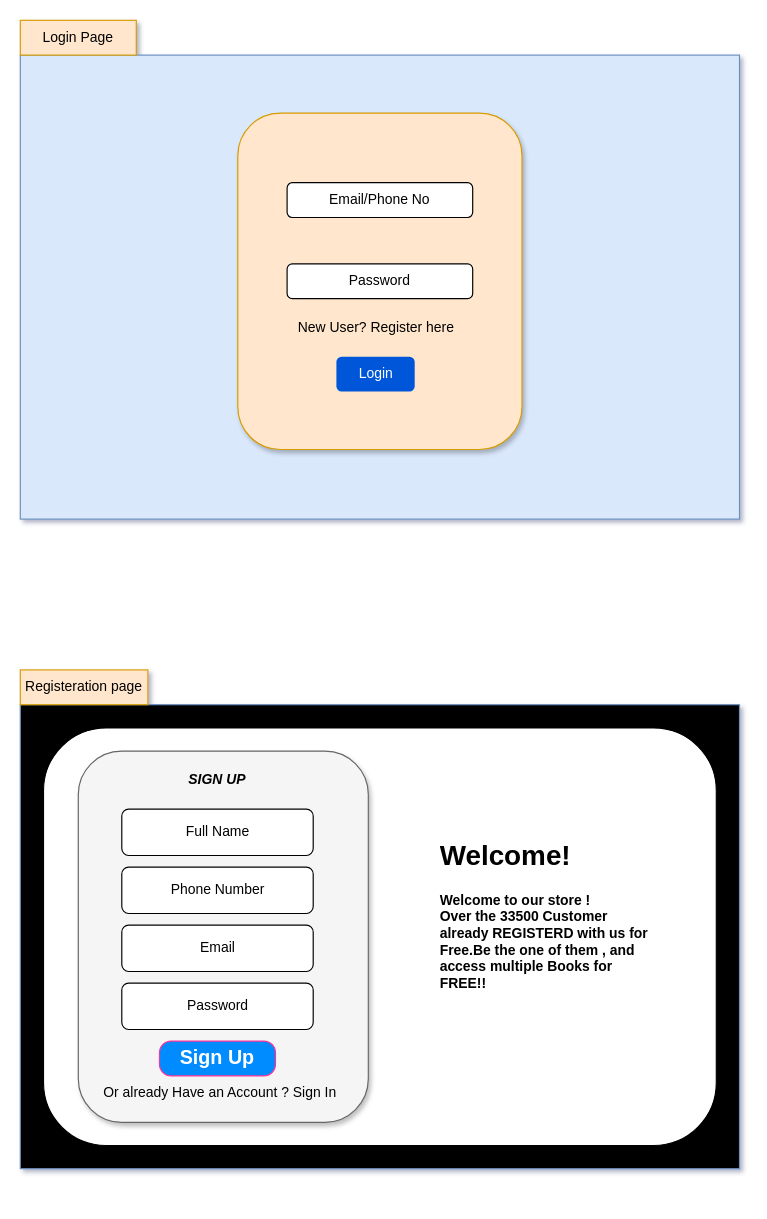
The draw.io diagram page "Page-1" (1 of 2) of WireFrames/Untitled Diagram2.drawio in D1-Deep-83745/0324-PGDAC-Sunbeam-Project, before the edit. Source tidied: cells renumbered, new cells numbered last; positions are measured from the earlier drawing's top-left corner, leaving out a move shared by most shapes. Both pictures are drawn from the tidied source at 116%, with x=0, y=0 at pixel (20, 20).
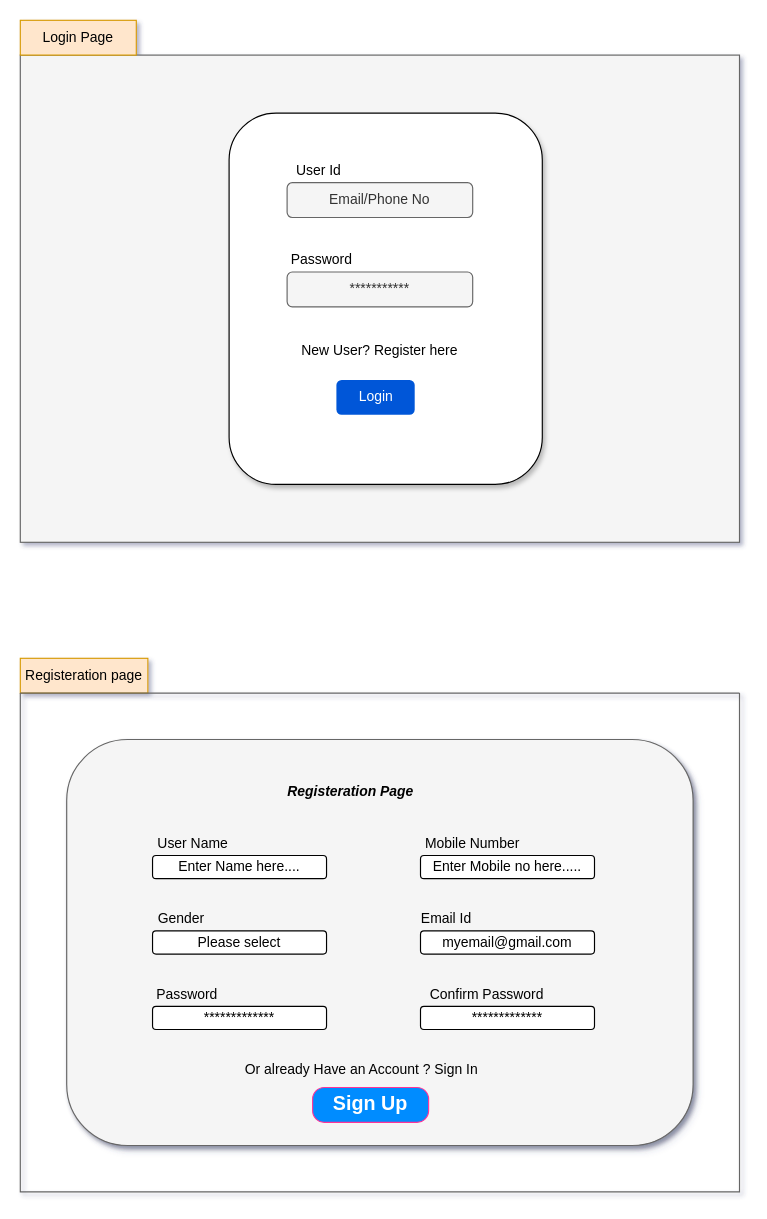
The same page after the edit.

Diff of the diagram source:
```diff
@@
-    <mxCell id="2" style="rounded=0;whiteSpace=wrap;html=1;fillColor=#dae8fc;strokeColor=#6c8ebf;" parent="1" vertex="1">
-      <mxGeometry y="30" width="620" height="400" as="geometry" />
+    <mxCell id="2" style="rounded=0;whiteSpace=wrap;html=1;fillColor=#f5f5f5;strokeColor=#666666;fontColor=#333333;" parent="1" vertex="1">
+      <mxGeometry y="30" width="620" height="420" as="geometry" />
     </mxCell>
-    <mxCell id="3" style="rounded=1;whiteSpace=wrap;html=1;fillColor=#ffe6cc;strokeColor=#d79b00;glass=0;shadow=1;" parent="1" vertex="1">
-      <mxGeometry x="187.5" y="80" width="245" height="290" as="geometry" />
+    <mxCell id="3" style="rounded=1;whiteSpace=wrap;html=1;glass=0;shadow=1;" parent="1" vertex="1">
+      <mxGeometry x="180" y="80" width="270" height="320" as="geometry" />
     </mxCell>
-    <mxCell id="4" value="Email/Phone No" style="rounded=1;whiteSpace=wrap;html=1;" parent="1" vertex="1">
+    <mxCell id="4" value="Email/Phone No" style="rounded=1;whiteSpace=wrap;html=1;fillColor=#f5f5f5;fontColor=#333333;strokeColor=#666666;" parent="1" vertex="1">
       <mxGeometry x="230" y="140" width="160" height="30" as="geometry" />
     </mxCell>
-    <mxCell id="5" value="Password" style="rounded=1;whiteSpace=wrap;html=1;" parent="1" vertex="1">
-      <mxGeometry x="230" y="210" width="160" height="30" as="geometry" />
+    <mxCell id="5" value="***********" style="rounded=1;whiteSpace=wrap;html=1;fillColor=#f5f5f5;fontColor=#333333;strokeColor=#666666;" parent="1" vertex="1">
+      <mxGeometry x="230" y="217" width="160" height="30" as="geometry" />
     </mxCell>
     <mxCell id="6" value="Login" style="rounded=1;fillColor=#0057D8;strokeColor=none;html=1;whiteSpace=wrap;fontColor=#ffffff;align=center;verticalAlign=middle;fontStyle=0;fontSize=12;sketch=0;" parent="1" vertex="1">
-      <mxGeometry x="272.5" y="290" width="67.5" height="30" as="geometry" />
+      <mxGeometry x="272.5" y="310" width="67.5" height="30" as="geometry" />
     </mxCell>
     <mxCell id="7" value="New User? Register here" style="text;html=1;align=center;verticalAlign=middle;whiteSpace=wrap;rounded=0;" parent="1" vertex="1">
-      <mxGeometry x="222.5" y="250" width="167.5" height="30" as="geometry" />
+      <mxGeometry x="226.2" y="270" width="167.5" height="30" as="geometry" />
     </mxCell>
@@
-    <mxCell id="9" style="rounded=0;whiteSpace=wrap;html=1;fillColor=#000000;strokeColor=#6c8ebf;" parent="1" vertex="1">
-      <mxGeometry y="590" width="620" height="400" as="geometry" />
-    </mxCell>
     <mxCell id="10" value="Registeration page" style="text;html=1;align=center;verticalAlign=middle;whiteSpace=wrap;rounded=0;fillColor=#ffe6cc;strokeColor=#d79b00;" parent="1" vertex="1">
-      <mxGeometry y="560" width="110" height="30" as="geometry" />
+      <mxGeometry y="550" width="110" height="30" as="geometry" />
     </mxCell>
-    <mxCell id="11" style="rounded=1;whiteSpace=wrap;html=1;" parent="1" vertex="1">
-      <mxGeometry x="20" y="610" width="580" height="360" as="geometry" />
-    </mxCell>
+    <mxCell id="21" style="swimlane;startSize=0;fillColor=#f5f5f5;strokeColor=#666666;fontColor=#333333;" parent="1" vertex="1">
+      <mxGeometry y="580" width="620" height="430" as="geometry" />
+    </mxCell>
-    <mxCell id="12" style="rounded=1;whiteSpace=wrap;html=1;shadow=1;fillColor=#f5f5f5;strokeColor=#666666;fontColor=#333333;" parent="1" vertex="1">
-      <mxGeometry x="50" y="630" width="250" height="320" as="geometry" />
+    <mxCell id="12" style="rounded=1;whiteSpace=wrap;html=1;shadow=1;fillColor=#f5f5f5;strokeColor=#666666;fontColor=#333333;" parent="21" vertex="1">
+      <mxGeometry x="40" y="40" width="540" height="350" as="geometry" />
     </mxCell>
+    <mxCell id="14" value="Enter Name here...." style="rounded=1;whiteSpace=wrap;html=1;" parent="21" vertex="1">
+      <mxGeometry x="114" y="140" width="150" height="20" as="geometry" />
+    </mxCell>
-    <mxCell id="13" value="&lt;b&gt;&lt;i&gt;SIGN UP&lt;/i&gt;&lt;/b&gt;" style="text;html=1;align=center;verticalAlign=middle;whiteSpace=wrap;rounded=0;" parent="1" vertex="1">
-      <mxGeometry x="140" y="640" width="60" height="30" as="geometry" />
+    <mxCell id="13" value="&lt;b&gt;&lt;i&gt;Registeration Page&lt;/i&gt;&lt;/b&gt;" style="text;html=1;align=center;verticalAlign=middle;whiteSpace=wrap;rounded=0;" parent="21" vertex="1">
+      <mxGeometry x="220" y="70" width="130" height="30" as="geometry" />
     </mxCell>
-    <mxCell id="14" value="Full Name" style="rounded=1;whiteSpace=wrap;html=1;" parent="1" vertex="1">
-      <mxGeometry x="87.5" y="680" width="165" height="40" as="geometry" />
-    </mxCell>
-    <mxCell id="15" value="Phone Number" style="rounded=1;whiteSpace=wrap;html=1;" parent="1" vertex="1">
-      <mxGeometry x="87.5" y="730" width="165" height="40" as="geometry" />
-    </mxCell>
-    <mxCell id="16" value="Email" style="rounded=1;whiteSpace=wrap;html=1;" parent="1" vertex="1">
-      <mxGeometry x="87.5" y="780" width="165" height="40" as="geometry" />
-    </mxCell>
-    <mxCell id="17" value="Password" style="rounded=1;whiteSpace=wrap;html=1;" parent="1" vertex="1">
-      <mxGeometry x="87.5" y="830" width="165" height="40" as="geometry" />
-    </mxCell>
+    <mxCell id="22" value="myemail@gmail.com" style="rounded=1;whiteSpace=wrap;html=1;" parent="21" vertex="1">
+      <mxGeometry x="345" y="205" width="150" height="20" as="geometry" />
+    </mxCell>
+    <mxCell id="23" value="*************" style="rounded=1;whiteSpace=wrap;html=1;" parent="21" vertex="1">
+      <mxGeometry x="114" y="270" width="150" height="20" as="geometry" />
+    </mxCell>
+    <mxCell id="24" value="Please select" style="rounded=1;whiteSpace=wrap;html=1;" parent="21" vertex="1">
+      <mxGeometry x="114" y="205" width="150" height="20" as="geometry" />
+    </mxCell>
+    <mxCell id="25" value="User Name" style="text;html=1;strokeColor=none;fillColor=none;align=center;verticalAlign=middle;whiteSpace=wrap;rounded=0;" parent="21" vertex="1">
+      <mxGeometry x="114" y="120" width="70" height="20" as="geometry" />
+    </mxCell>
+    <mxCell id="26" value="Mobile Number" style="text;html=1;strokeColor=none;fillColor=none;align=center;verticalAlign=middle;whiteSpace=wrap;rounded=0;" parent="21" vertex="1">
+      <mxGeometry x="345" y="120" width="90" height="20" as="geometry" />
+    </mxCell>
+    <mxCell id="27" value="Enter Mobile no here....." style="rounded=1;whiteSpace=wrap;html=1;" parent="21" vertex="1">
+      <mxGeometry x="345" y="140" width="150" height="20" as="geometry" />
+    </mxCell>
+    <mxCell id="28" style="edgeStyle=orthogonalEdgeStyle;rounded=0;orthogonalLoop=1;jettySize=auto;html=1;exitX=0.5;exitY=1;exitDx=0;exitDy=0;" parent="21" edge="1" source="22" target="22">
+      <mxGeometry relative="1" as="geometry" />
+    </mxCell>
+    <mxCell id="29" style="edgeStyle=orthogonalEdgeStyle;rounded=0;orthogonalLoop=1;jettySize=auto;html=1;exitX=0.5;exitY=1;exitDx=0;exitDy=0;" parent="21" edge="1" source="27" target="27">
+      <mxGeometry relative="1" as="geometry" />
+    </mxCell>
+    <mxCell id="30" value="Gender" style="text;html=1;strokeColor=none;fillColor=none;align=center;verticalAlign=middle;whiteSpace=wrap;rounded=0;" parent="21" vertex="1">
+      <mxGeometry x="104" y="185" width="70" height="20" as="geometry" />
+    </mxCell>
+    <mxCell id="31" value="*************" style="rounded=1;whiteSpace=wrap;html=1;" parent="21" vertex="1">
+      <mxGeometry x="345" y="270" width="150" height="20" as="geometry" />
+    </mxCell>
+    <mxCell id="32" value="Password" style="text;html=1;strokeColor=none;fillColor=none;align=center;verticalAlign=middle;whiteSpace=wrap;rounded=0;" parent="21" vertex="1">
+      <mxGeometry x="104" y="250" width="80" height="20" as="geometry" />
+    </mxCell>
+    <mxCell id="33" value="Confirm Password" style="text;html=1;strokeColor=none;fillColor=none;align=center;verticalAlign=middle;whiteSpace=wrap;rounded=0;" parent="21" vertex="1">
+      <mxGeometry x="345" y="250" width="115" height="20" as="geometry" />
+    </mxCell>
-    <mxCell id="18" value="Sign Up" style="strokeWidth=1;shadow=0;dashed=0;align=center;html=1;shape=mxgraph.mockup.buttons.button;strokeColor=#FF3399;fontColor=#ffffff;mainText=;buttonStyle=round;fontSize=17;fontStyle=1;fillColor=#008cff;whiteSpace=wrap;" parent="1" vertex="1">
-      <mxGeometry x="120" y="880" width="100" height="30" as="geometry" />
+    <mxCell id="18" value="Sign Up" style="strokeWidth=1;shadow=0;dashed=0;align=center;html=1;shape=mxgraph.mockup.buttons.button;strokeColor=#FF3399;fontColor=#ffffff;mainText=;buttonStyle=round;fontSize=17;fontStyle=1;fillColor=#008cff;whiteSpace=wrap;" parent="21" vertex="1">
+      <mxGeometry x="252" y="340" width="100" height="30" as="geometry" />
     </mxCell>
-    <mxCell id="19" value="Or already Have an Account ? Sign In" style="text;html=1;align=left;verticalAlign=middle;whiteSpace=wrap;rounded=0;" parent="1" vertex="1">
-      <mxGeometry x="70" y="910" width="220" height="30" as="geometry" />
+    <mxCell id="19" value="Or already Have an Account ? Sign In" style="text;html=1;align=left;verticalAlign=middle;whiteSpace=wrap;rounded=0;" parent="21" vertex="1">
+      <mxGeometry x="192" y="310" width="220" height="30" as="geometry" />
     </mxCell>
-    <mxCell id="20" value="&lt;h1 style=&quot;margin-top: 0px;&quot;&gt;Welcome!&lt;/h1&gt;&lt;div&gt;Welcome to our store !&lt;/div&gt;&lt;div&gt;Over the 33500 Customer already REGISTERD with us for&lt;/div&gt;&lt;div&gt;Free.Be the one of them , and access multiple Books for FREE!!&lt;/div&gt;" style="text;html=1;whiteSpace=wrap;overflow=hidden;rounded=0;align=left;fontStyle=1;" parent="1" vertex="1">
-      <mxGeometry x="360" y="700" width="190" height="200" as="geometry" />
-    </mxCell>
+    <mxCell id="34" value="Email Id" style="text;html=1;strokeColor=none;fillColor=none;align=center;verticalAlign=middle;whiteSpace=wrap;rounded=0;" parent="21" vertex="1">
+      <mxGeometry x="340" y="185" width="55" height="20" as="geometry" />
+    </mxCell>
+    <mxCell id="35" value="User Id" style="text;html=1;strokeColor=none;fillColor=none;align=center;verticalAlign=middle;whiteSpace=wrap;rounded=0;" parent="1" vertex="1">
+      <mxGeometry x="230" y="120" width="55" height="20" as="geometry" />
+    </mxCell>
+    <mxCell id="36" value="Password" style="text;html=1;strokeColor=none;fillColor=none;align=center;verticalAlign=middle;whiteSpace=wrap;rounded=0;" parent="1" vertex="1">
+      <mxGeometry x="220" y="197" width="80" height="20" as="geometry" />
+    </mxCell>
```
